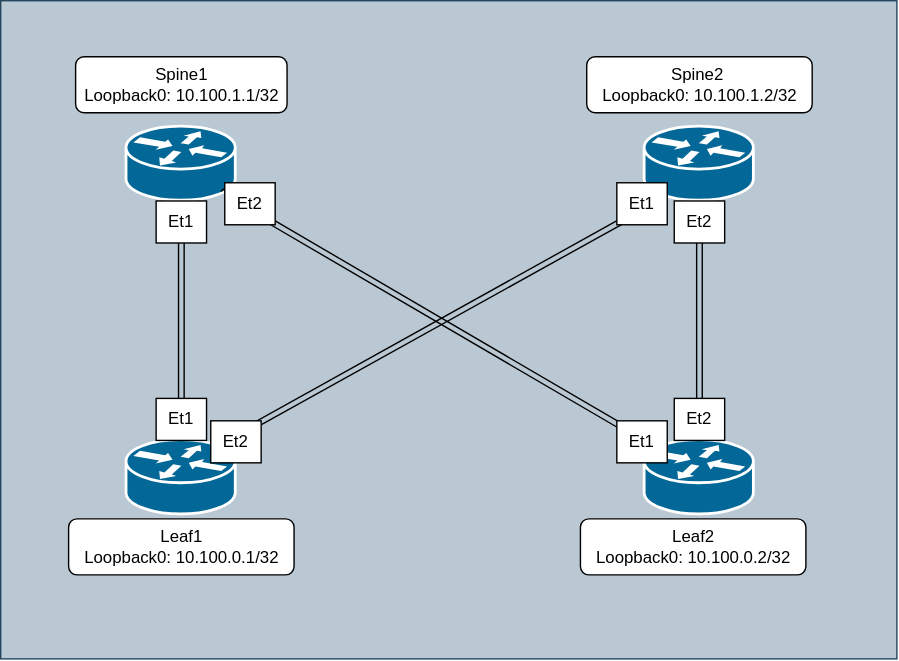
Earlier version of the draw.io export 01-isis-underlay/Underlay-Diagram.drawio.svg (garrett-seaba/labs). Source tidied: cells renumbered, new cells last; positions are measured from the earlier drawing's top-left corner, leaving out a move shared by most shapes. The source it was exported from:
```xml
<mxGraphModel>
  <root>
    <mxCell id="0" />
    <mxCell id="1" parent="0" />
    <mxCell id="2" style="rounded=0;whiteSpace=wrap;html=1;fillColor=#bac8d3;strokeColor=#23445d;" parent="1" vertex="1">
      <mxGeometry width="640" height="470" as="geometry" />
    </mxCell>
    <mxCell id="3" style="rounded=1;whiteSpace=wrap;html=1;" parent="1" vertex="1">
      <mxGeometry x="48.5" y="370" width="161" height="40" as="geometry" />
    </mxCell>
    <mxCell id="4" style="rounded=1;whiteSpace=wrap;html=1;" parent="1" vertex="1">
      <mxGeometry x="414" y="370" width="161" height="40" as="geometry" />
    </mxCell>
    <mxCell id="5" style="rounded=1;whiteSpace=wrap;html=1;" parent="1" vertex="1">
      <mxGeometry x="418.5" y="40" width="161" height="40" as="geometry" />
    </mxCell>
    <mxCell id="6" style="rounded=1;whiteSpace=wrap;html=1;" parent="1" vertex="1">
      <mxGeometry x="53.5" y="40" width="151" height="40" as="geometry" />
    </mxCell>
    <mxCell id="7" style="strokeColor=#ffffff;sketch=0;html=1;dashed=0;fillColor=#036897;strokeWidth=2;verticalLabelPosition=bottom;verticalAlign=top;align=center;outlineConnect=0;shape=mxgraph.cisco.routers.router;" parent="1" vertex="1">
      <mxGeometry x="90" y="314" width="78" height="53" as="geometry" />
    </mxCell>
    <mxCell id="8" style="strokeColor=#ffffff;sketch=0;html=1;dashed=0;fillColor=#036897;strokeWidth=2;verticalLabelPosition=bottom;verticalAlign=top;align=center;outlineConnect=0;shape=mxgraph.cisco.routers.router;" parent="1" vertex="1">
      <mxGeometry x="460" y="314" width="78" height="53" as="geometry" />
    </mxCell>
    <mxCell id="9" style="strokeColor=#ffffff;sketch=0;html=1;dashed=0;fillColor=#036897;strokeWidth=2;verticalLabelPosition=bottom;verticalAlign=top;align=center;outlineConnect=0;shape=mxgraph.cisco.routers.router;" parent="1" vertex="1">
      <mxGeometry x="90" y="90" width="78" height="53" as="geometry" />
    </mxCell>
    <mxCell id="10" style="strokeColor=#ffffff;sketch=0;html=1;dashed=0;fillColor=#036897;strokeWidth=2;verticalLabelPosition=bottom;verticalAlign=top;align=center;outlineConnect=0;shape=mxgraph.cisco.routers.router;" parent="1" vertex="1">
      <mxGeometry x="460" y="90" width="78" height="53" as="geometry" />
    </mxCell>
    <mxCell id="11" style="shape=link;html=1;rounded=0;exitX=0.5;exitY=0;exitDx=0;exitDy=0;exitPerimeter=0;entryX=0.5;entryY=1;entryDx=0;entryDy=0;entryPerimeter=0;" parent="1" edge="1" source="20" target="9">
      <mxGeometry relative="1" as="geometry" />
    </mxCell>
    <mxCell id="12" style="shape=link;html=1;rounded=0;entryX=0.5;entryY=1;entryDx=0;entryDy=0;entryPerimeter=0;exitX=0.5;exitY=0;exitDx=0;exitDy=0;exitPerimeter=0;" parent="1" edge="1" source="26" target="10">
      <mxGeometry relative="1" as="geometry" />
    </mxCell>
    <mxCell id="13" style="shape=link;html=1;rounded=0;exitX=0.88;exitY=0.1;exitDx=0;exitDy=0;exitPerimeter=0;entryX=0.12;entryY=0.9;entryDx=0;entryDy=0;entryPerimeter=0;" parent="1" edge="1" source="24" target="10">
      <mxGeometry relative="1" as="geometry" />
    </mxCell>
    <mxCell id="14" style="shape=link;html=1;rounded=0;exitX=0.88;exitY=0.9;exitDx=0;exitDy=0;exitPerimeter=0;entryX=0.12;entryY=0.1;entryDx=0;entryDy=0;entryPerimeter=0;" parent="1" edge="1" source="22" target="8">
      <mxGeometry relative="1" as="geometry" />
    </mxCell>
    <mxCell id="15" value="Spine1&lt;div&gt;Loopback0: 10.100.1.1/32&lt;/div&gt;" style="text;html=1;whiteSpace=wrap;strokeColor=none;fillColor=none;align=center;verticalAlign=middle;rounded=0;" parent="1" vertex="1">
      <mxGeometry x="53.5" y="45" width="151" height="30" as="geometry" />
    </mxCell>
    <mxCell id="16" value="Spine2&amp;nbsp;&lt;div&gt;Loopback0: 10.100.1.2/32&lt;/div&gt;" style="text;html=1;whiteSpace=wrap;strokeColor=none;fillColor=none;align=center;verticalAlign=middle;rounded=0;" parent="1" vertex="1">
      <mxGeometry x="418.5" y="45" width="161" height="30" as="geometry" />
    </mxCell>
    <mxCell id="17" value="Leaf1&lt;div&gt;Loopback0: 10.100.0.1/32&lt;/div&gt;" style="text;html=1;whiteSpace=wrap;strokeColor=none;fillColor=none;align=center;verticalAlign=middle;rounded=0;" parent="1" vertex="1">
      <mxGeometry x="53.5" y="375" width="151" height="30" as="geometry" />
    </mxCell>
    <mxCell id="18" value="Leaf2&lt;div&gt;Loopback0: 10.100.0.2/32&lt;/div&gt;" style="text;html=1;whiteSpace=wrap;strokeColor=none;fillColor=none;align=center;verticalAlign=middle;rounded=0;" parent="1" vertex="1">
      <mxGeometry x="409.5" y="375" width="170" height="30" as="geometry" />
    </mxCell>
    <mxCell id="19" style="shape=link;html=1;rounded=0;exitX=0.5;exitY=0;exitDx=0;exitDy=0;exitPerimeter=0;entryX=0.5;entryY=1;entryDx=0;entryDy=0;entryPerimeter=0;" parent="1" edge="1" source="28" target="20">
      <mxGeometry relative="1" as="geometry" />
    </mxCell>
    <mxCell id="20" value="Et1" style="rounded=0;whiteSpace=wrap;html=1;" parent="1" vertex="1">
      <mxGeometry x="111" y="143" width="36" height="30" as="geometry" />
    </mxCell>
    <mxCell id="21" style="shape=link;html=1;rounded=0;exitX=0.88;exitY=0.9;exitDx=0;exitDy=0;exitPerimeter=0;entryX=0.12;entryY=0.1;entryDx=0;entryDy=0;entryPerimeter=0;" parent="1" edge="1" source="9" target="22">
      <mxGeometry relative="1" as="geometry" />
    </mxCell>
    <mxCell id="22" value="Et2" style="rounded=0;whiteSpace=wrap;html=1;" parent="1" vertex="1">
      <mxGeometry x="160" y="130" width="36" height="30" as="geometry" />
    </mxCell>
    <mxCell id="23" style="shape=link;html=1;rounded=0;exitX=0.88;exitY=0.1;exitDx=0;exitDy=0;exitPerimeter=0;entryX=0.12;entryY=0.9;entryDx=0;entryDy=0;entryPerimeter=0;" parent="1" edge="1" source="30" target="24">
      <mxGeometry relative="1" as="geometry" />
    </mxCell>
    <mxCell id="24" value="Et1" style="rounded=0;whiteSpace=wrap;html=1;" parent="1" vertex="1">
      <mxGeometry x="440" y="130" width="36" height="30" as="geometry" />
    </mxCell>
    <mxCell id="25" style="shape=link;html=1;rounded=0;entryX=0.5;entryY=1;entryDx=0;entryDy=0;entryPerimeter=0;exitX=0.5;exitY=0;exitDx=0;exitDy=0;exitPerimeter=0;" parent="1" edge="1" source="33" target="26">
      <mxGeometry relative="1" as="geometry" />
    </mxCell>
    <mxCell id="26" value="Et2" style="rounded=0;whiteSpace=wrap;html=1;" parent="1" vertex="1">
      <mxGeometry x="481" y="143" width="36" height="30" as="geometry" />
    </mxCell>
    <mxCell id="27" style="shape=link;html=1;rounded=0;exitX=0.5;exitY=0;exitDx=0;exitDy=0;exitPerimeter=0;entryX=0.5;entryY=1;entryDx=0;entryDy=0;entryPerimeter=0;" parent="1" edge="1" source="7" target="28">
      <mxGeometry relative="1" as="geometry" />
    </mxCell>
    <mxCell id="28" value="Et1" style="rounded=0;whiteSpace=wrap;html=1;" parent="1" vertex="1">
      <mxGeometry x="111" y="284" width="36" height="30" as="geometry" />
    </mxCell>
    <mxCell id="29" style="shape=link;html=1;rounded=0;exitX=0.88;exitY=0.1;exitDx=0;exitDy=0;exitPerimeter=0;entryX=0.12;entryY=0.9;entryDx=0;entryDy=0;entryPerimeter=0;" parent="1" edge="1" source="7" target="30">
      <mxGeometry relative="1" as="geometry" />
    </mxCell>
    <mxCell id="30" value="Et2" style="rounded=0;whiteSpace=wrap;html=1;" parent="1" vertex="1">
      <mxGeometry x="150" y="300" width="36" height="30" as="geometry" />
    </mxCell>
    <mxCell id="31" value="Et1" style="rounded=0;whiteSpace=wrap;html=1;" parent="1" vertex="1">
      <mxGeometry x="440" y="300" width="36" height="30" as="geometry" />
    </mxCell>
    <mxCell id="32" style="shape=link;html=1;rounded=0;entryX=0.5;entryY=1;entryDx=0;entryDy=0;entryPerimeter=0;exitX=0.5;exitY=0;exitDx=0;exitDy=0;exitPerimeter=0;" parent="1" edge="1" source="8" target="33">
      <mxGeometry relative="1" as="geometry" />
    </mxCell>
    <mxCell id="33" value="Et2" style="rounded=0;whiteSpace=wrap;html=1;" parent="1" vertex="1">
      <mxGeometry x="481" y="284" width="36" height="30" as="geometry" />
    </mxCell>
  </root>
</mxGraphModel>
```
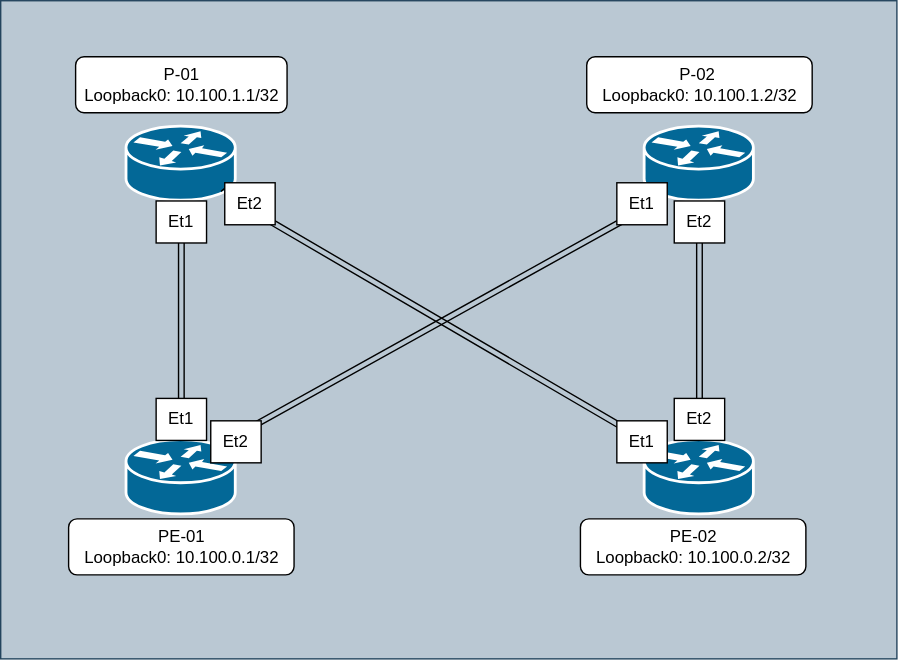
The same file after the commit.

Commit message:
Updated to reflect Service Provider naming conventions

The edit, as a diff of the source:
```diff
@@ -41,18 +41,18 @@
     <mxCell id="14" style="shape=link;html=1;rounded=0;exitX=0.88;exitY=0.9;exitDx=0;exitDy=0;exitPerimeter=0;entryX=0.12;entryY=0.1;entryDx=0;entryDy=0;entryPerimeter=0;" parent="1" edge="1" source="22" target="8">
       <mxGeometry relative="1" as="geometry" />
     </mxCell>
-    <mxCell id="15" value="Spine1&lt;div&gt;Loopback0: 10.100.1.1/32&lt;/div&gt;" style="text;html=1;whiteSpace=wrap;strokeColor=none;fillColor=none;align=center;verticalAlign=middle;rounded=0;" parent="1" vertex="1">
-      <mxGeometry x="53.5" y="45" width="151" height="30" as="geometry" />
-    </mxCell>
-    <mxCell id="16" value="Spine2&amp;nbsp;&lt;div&gt;Loopback0: 10.100.1.2/32&lt;/div&gt;" style="text;html=1;whiteSpace=wrap;strokeColor=none;fillColor=none;align=center;verticalAlign=middle;rounded=0;" parent="1" vertex="1">
-      <mxGeometry x="418.5" y="45" width="161" height="30" as="geometry" />
-    </mxCell>
-    <mxCell id="17" value="Leaf1&lt;div&gt;Loopback0: 10.100.0.1/32&lt;/div&gt;" style="text;html=1;whiteSpace=wrap;strokeColor=none;fillColor=none;align=center;verticalAlign=middle;rounded=0;" parent="1" vertex="1">
-      <mxGeometry x="53.5" y="375" width="151" height="30" as="geometry" />
-    </mxCell>
-    <mxCell id="18" value="Leaf2&lt;div&gt;Loopback0: 10.100.0.2/32&lt;/div&gt;" style="text;html=1;whiteSpace=wrap;strokeColor=none;fillColor=none;align=center;verticalAlign=middle;rounded=0;" parent="1" vertex="1">
-      <mxGeometry x="409.5" y="375" width="170" height="30" as="geometry" />
-    </mxCell>
+    <mxCell id="34" value="P-01&lt;br&gt;&lt;div&gt;Loopback0: 10.100.1.1/32&lt;/div&gt;" style="text;html=1;whiteSpace=wrap;strokeColor=none;fillColor=none;align=center;verticalAlign=middle;rounded=0;" parent="1" vertex="1">
+      <mxGeometry x="53.5" y="45" width="151" height="30" as="geometry" />
+    </mxCell>
+    <mxCell id="35" value="P-02&amp;nbsp;&lt;div&gt;Loopback0: 10.100.1.2/32&lt;/div&gt;" style="text;html=1;whiteSpace=wrap;strokeColor=none;fillColor=none;align=center;verticalAlign=middle;rounded=0;" parent="1" vertex="1">
+      <mxGeometry x="418.5" y="45" width="161" height="30" as="geometry" />
+    </mxCell>
+    <mxCell id="36" value="PE-01&lt;br&gt;&lt;div&gt;Loopback0: 10.100.0.1/32&lt;/div&gt;" style="text;html=1;whiteSpace=wrap;strokeColor=none;fillColor=none;align=center;verticalAlign=middle;rounded=0;" parent="1" vertex="1">
+      <mxGeometry x="53.5" y="375" width="151" height="30" as="geometry" />
+    </mxCell>
+    <mxCell id="37" value="PE-02&lt;br&gt;&lt;div&gt;Loopback0: 10.100.0.2/32&lt;/div&gt;" style="text;html=1;whiteSpace=wrap;strokeColor=none;fillColor=none;align=center;verticalAlign=middle;rounded=0;" parent="1" vertex="1">
+      <mxGeometry x="409.5" y="375" width="170" height="30" as="geometry" />
+    </mxCell>
     <mxCell id="19" style="shape=link;html=1;rounded=0;exitX=0.5;exitY=0;exitDx=0;exitDy=0;exitPerimeter=0;entryX=0.5;entryY=1;entryDx=0;entryDy=0;entryPerimeter=0;" parent="1" edge="1" source="28" target="20">
       <mxGeometry relative="1" as="geometry" />
     </mxCell>
```
